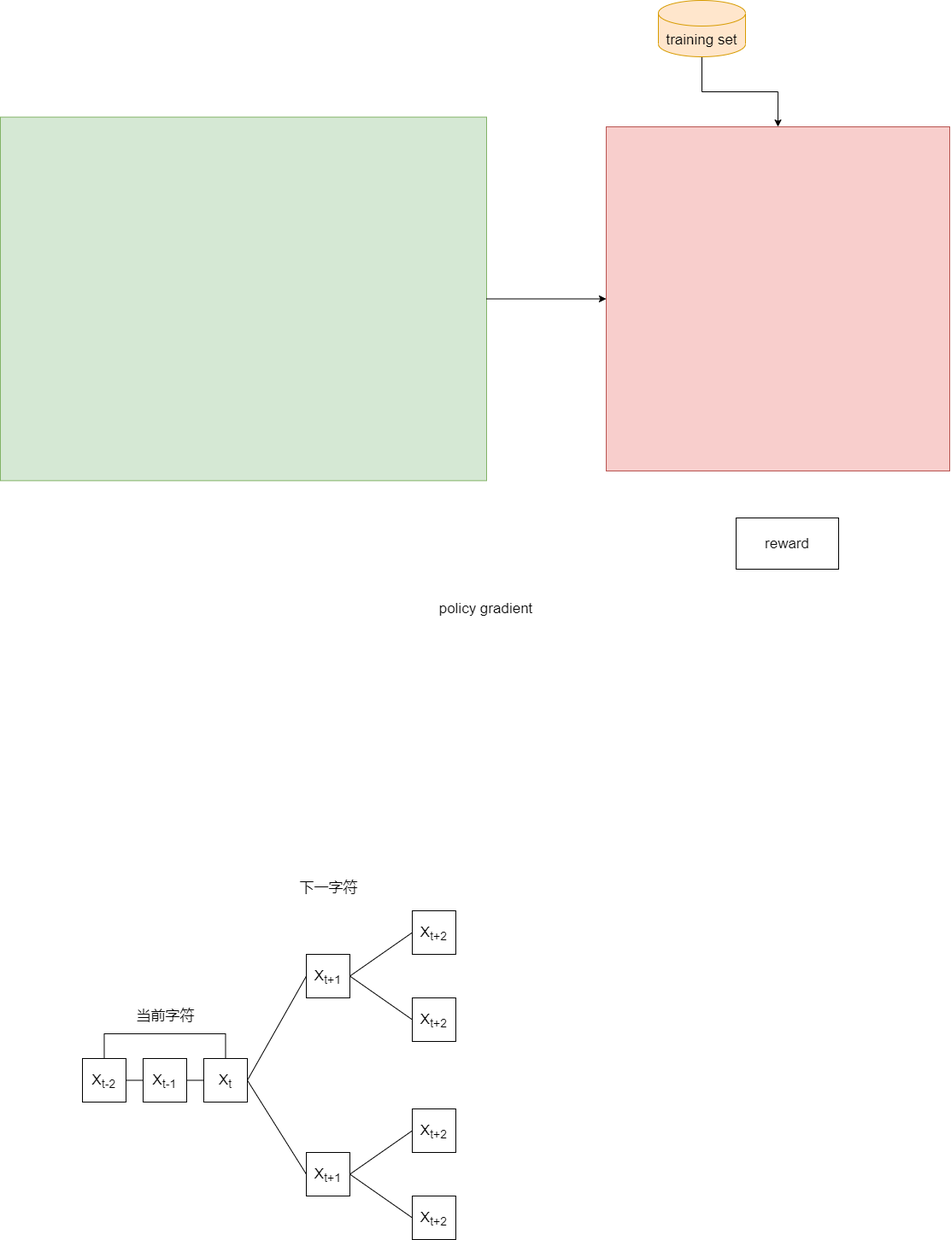
Earlier version of the draw.io export seqgan.drawio.png (lakomi/pictures). Source tidied: cells renumbered, new cells last; positions are measured from the earlier drawing's top-left corner, leaving out a move shared by most shapes.
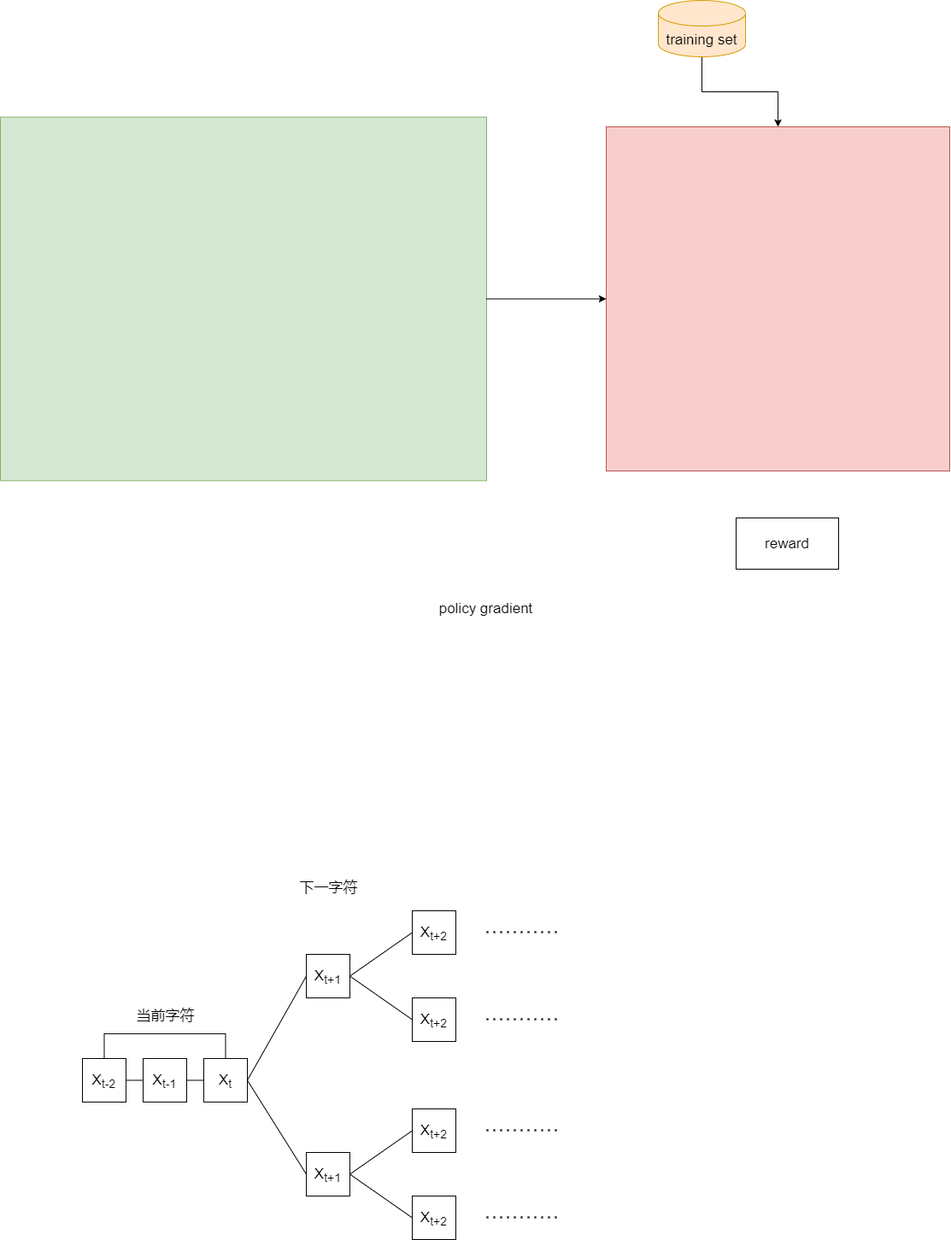
Above is the later version.

Diff of the diagram source:
```diff
@@ -88,5 +88,41 @@
     <mxCell id="28" value="下一字符" style="text;html=1;align=center;verticalAlign=middle;strokeColor=none;fillColor=none;fontSize=17;" parent="1" vertex="1">
       <mxGeometry x="344.5" y="1027" width="78" height="24" as="geometry" />
     </mxCell>
+    <mxCell id="29" style="endArrow=none;dashed=1;html=1;dashPattern=1 3;strokeWidth=2;rounded=0;fontSize=17;" parent="1" edge="1">
+      <mxGeometry relative="1" as="geometry">
+        <mxPoint x="569" y="1090.9" as="sourcePoint" />
+        <mxPoint x="657" y="1090.9" as="targetPoint" />
+        <Array as="points">
+          <mxPoint x="616" y="1090.9" />
+        </Array>
+      </mxGeometry>
+    </mxCell>
+    <mxCell id="30" style="endArrow=none;dashed=1;html=1;dashPattern=1 3;strokeWidth=2;rounded=0;fontSize=17;" parent="1" edge="1">
+      <mxGeometry relative="1" as="geometry">
+        <mxPoint x="569" y="1424.9" as="sourcePoint" />
+        <mxPoint x="657" y="1424.9" as="targetPoint" />
+        <Array as="points">
+          <mxPoint x="616" y="1424.9" />
+        </Array>
+      </mxGeometry>
+    </mxCell>
+    <mxCell id="31" style="endArrow=none;dashed=1;html=1;dashPattern=1 3;strokeWidth=2;rounded=0;fontSize=17;" parent="1" edge="1">
+      <mxGeometry relative="1" as="geometry">
+        <mxPoint x="569" y="1322.9" as="sourcePoint" />
+        <mxPoint x="657" y="1322.9" as="targetPoint" />
+        <Array as="points">
+          <mxPoint x="616" y="1322.9" />
+        </Array>
+      </mxGeometry>
+    </mxCell>
+    <mxCell id="32" style="endArrow=none;dashed=1;html=1;dashPattern=1 3;strokeWidth=2;rounded=0;fontSize=17;" parent="1" edge="1">
+      <mxGeometry relative="1" as="geometry">
+        <mxPoint x="569" y="1192.9" as="sourcePoint" />
+        <mxPoint x="657" y="1192.9" as="targetPoint" />
+        <Array as="points">
+          <mxPoint x="616" y="1192.9" />
+        </Array>
+      </mxGeometry>
+    </mxCell>
   </root>
 </mxGraphModel>
```
